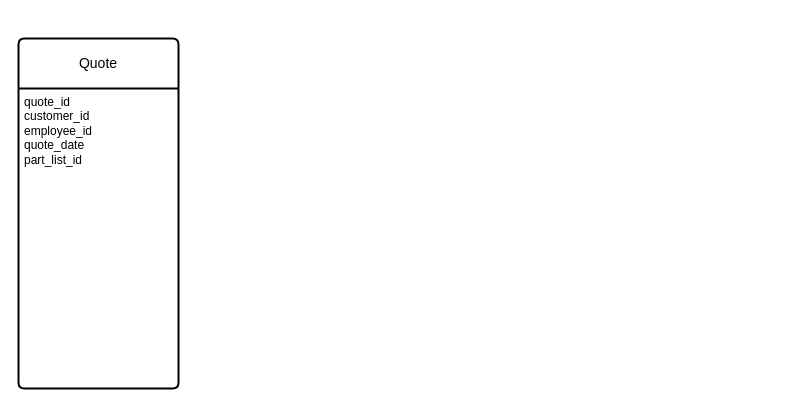
airbaggrenade/WGU-D284 keeps this draw.io diagram as CRM-ordermanagement.drawio. Above is the earlier version. Source tidied: cells renumbered, new cells numbered last; positions are measured from the earlier drawing's top-left corner, leaving out a move shared by most shapes. Both pictures are drawn from the tidied source at 100%, with x=0, y=0 at pixel (18, 38).
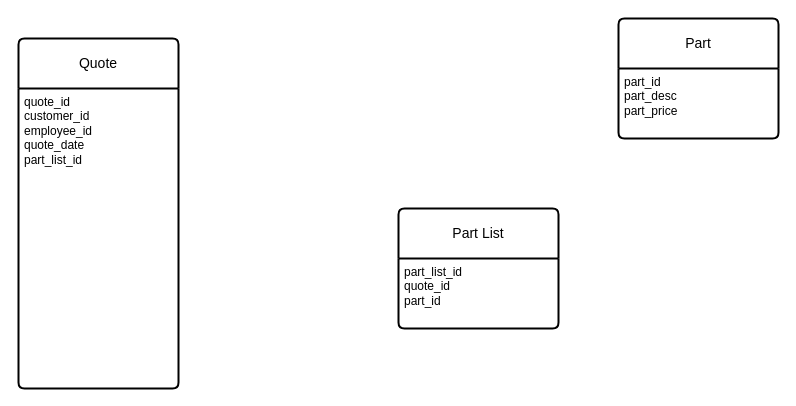
Above is the later version.

The edit, as a diff of the source:
```diff
@@
 <mxGraphModel>
   <root>
     <mxCell id="0" />
     <mxCell id="1" parent="0" />
     <mxCell id="2" value="Quote" style="swimlane;horizontal=1;startSize=50;rounded=1;fontSize=14;fontStyle=0;strokeWidth=2;shadow=0;dashed=0;align=center;arcSize=4;whiteSpace=wrap;html=1;" parent="1" vertex="1">
       <mxGeometry width="160" height="350" as="geometry" />
     </mxCell>
     <mxCell id="3" value="&lt;div&gt;quote_id&lt;/div&gt;&lt;div&gt;customer_id&lt;/div&gt;&lt;div&gt;employee_id&lt;br&gt;&lt;/div&gt;&lt;div&gt;quote_date&lt;/div&gt;&lt;div&gt;part_list_id&lt;/div&gt;&lt;div&gt;&lt;br&gt;&lt;/div&gt;&lt;div&gt;&lt;br&gt;&lt;/div&gt;&lt;div&gt;&lt;br&gt;&lt;/div&gt;" style="align=left;strokeColor=none;fillColor=none;spacingLeft=4;fontSize=12;verticalAlign=top;html=1;" parent="2" vertex="1">
       <mxGeometry y="50" width="160" height="300" as="geometry" />
     </mxCell>
+    <mxCell id="4" value="Part" style="swimlane;horizontal=1;startSize=50;rounded=1;fontSize=14;fontStyle=0;strokeWidth=2;shadow=0;dashed=0;align=center;arcSize=4;whiteSpace=wrap;html=1;" parent="1" vertex="1">
+      <mxGeometry x="600" y="-20" width="160" height="120" as="geometry" />
+    </mxCell>
+    <mxCell id="5" value="&lt;div&gt;part_id&lt;/div&gt;&lt;div&gt;part_desc&lt;/div&gt;&lt;div&gt;part_price&lt;br&gt;&lt;/div&gt;" style="align=left;strokeColor=none;fillColor=none;spacingLeft=4;fontSize=12;verticalAlign=top;html=1;" parent="4" vertex="1">
+      <mxGeometry y="50" width="160" height="70" as="geometry" />
+    </mxCell>
+    <mxCell id="6" value="Part List" style="swimlane;horizontal=1;startSize=50;rounded=1;fontSize=14;fontStyle=0;strokeWidth=2;shadow=0;dashed=0;align=center;arcSize=4;whiteSpace=wrap;html=1;" parent="1" vertex="1">
+      <mxGeometry x="380" y="170" width="160" height="120" as="geometry" />
+    </mxCell>
+    <mxCell id="7" value="&lt;div&gt;part_list_id&lt;/div&gt;&lt;div&gt;quote_id&lt;/div&gt;&lt;div&gt;part_id&lt;br&gt;&lt;/div&gt;&lt;div&gt;&lt;br&gt;&lt;/div&gt;" style="align=left;strokeColor=none;fillColor=none;spacingLeft=4;fontSize=12;verticalAlign=top;html=1;" parent="6" vertex="1">
+      <mxGeometry y="50" width="160" height="70" as="geometry" />
+    </mxCell>
   </root>
 </mxGraphModel>
```
